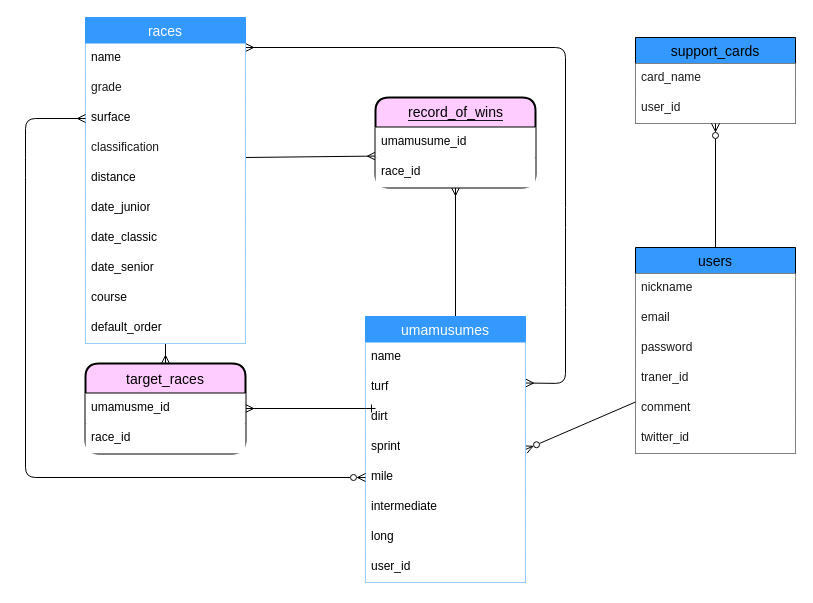
This is ER図.dio from kenkenkaiden/umamusume_crown_complete_support, a draw.io file, before an edit. Source tidied: cells renumbered, new cells numbered last; positions are measured from the earlier drawing's top-left corner, leaving out a move shared by most shapes. Both pictures are drawn from the tidied source at 100%, with x=0, y=0 at pixel (25, 17).
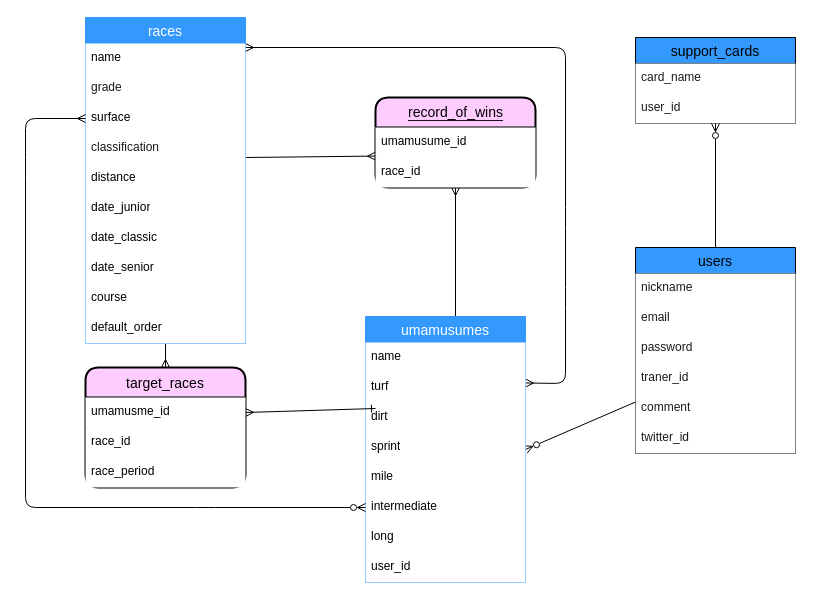
Above is the later version.

The change refers to these unchanged cells:
```xml
<mxCell id="21" value="mile" style="text;strokeColor=none;fillColor=#FFFFFF;spacingLeft=4;spacingRight=4;overflow=hidden;points=[[0,0.5],[1,0.5]];portConstraint=eastwest;fontSize=12;labelBackgroundColor=none;fontColor=#000000;" parent="16" vertex="1">
  <mxGeometry y="146" width="160" height="30" as="geometry" />
</mxCell>
<mxCell id="22" value="intermediate" style="text;strokeColor=none;fillColor=#FFFFFF;spacingLeft=4;spacingRight=4;overflow=hidden;points=[[0,0.5],[1,0.5]];portConstraint=eastwest;fontSize=12;labelBackgroundColor=none;fontColor=#000000;" parent="16" vertex="1">
  <mxGeometry y="176" width="160" height="30" as="geometry" />
</mxCell>
<mxCell id="30" value="surface" style="text;strokeColor=none;fillColor=#FFFFFF;spacingLeft=4;spacingRight=4;overflow=hidden;points=[[0,0.5],[1,0.5]];portConstraint=eastwest;fontSize=12;labelBackgroundColor=#FFFFFF;fontColor=#000000;html=1;" parent="27" vertex="1">
  <mxGeometry y="86" width="160" height="30" as="geometry" />
</mxCell>
```

Diff of the diagram source:
```diff
@@
-    <mxCell id="38" style="edgeStyle=none;html=1;exitX=0;exitY=0.5;exitDx=0;exitDy=0;entryX=0;entryY=0.5;entryDx=0;entryDy=0;endArrow=ERzeroToMany;endFill=0;startArrow=ERmany;startFill=0;" parent="1" edge="1" source="30" target="21">
+    <mxCell id="38" style="edgeStyle=none;html=1;exitX=0;exitY=0.5;exitDx=0;exitDy=0;entryX=0;entryY=0.5;entryDx=0;entryDy=0;endArrow=ERzeroToMany;endFill=0;startArrow=ERmany;startFill=0;" parent="1" edge="1" source="30" target="22">
       <mxGeometry relative="1" as="geometry">
         <Array as="points">
           <mxPoint y="101" />
           <mxPoint y="150" />
-          <mxPoint y="460" />
+          <mxPoint y="490" />
+          <mxPoint x="180" y="490" />
         </Array>
       </mxGeometry>
     </mxCell>
@@
     <mxCell id="40" value="target_races" style="swimlane;horizontal=1;startSize=30;rounded=1;fontSize=14;fontStyle=0;strokeWidth=2;shadow=0;dashed=0;align=center;fontColor=#000000;fillColor=#FFCCFF;" parent="1" vertex="1">
-      <mxGeometry x="60" y="346" width="160" height="90" as="geometry" />
+      <mxGeometry x="60" y="350" width="160" height="120" as="geometry" />
     </mxCell>
@@
+    <mxCell id="46" value="race_period" style="text;strokeColor=none;fillColor=#FFFFFF;spacingLeft=4;spacingRight=4;overflow=hidden;fontSize=12;gradientColor=none;fontColor=#000000;" parent="40" vertex="1">
+      <mxGeometry y="90" width="160" height="30" as="geometry" />
+    </mxCell>
```
